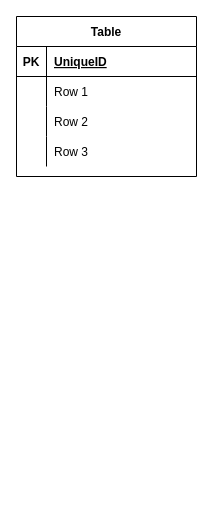
The draw.io diagram page "contacts" (6 of 10) of Untitled Diagram.drawio in stamppls/crm-design, before the edit. Source tidied: cells renumbered, new cells numbered last; positions are measured from the earlier drawing's top-left corner, leaving out a move shared by most shapes. Both pictures are drawn from the tidied source at 100%, with x=0, y=0 at pixel (16, 16).
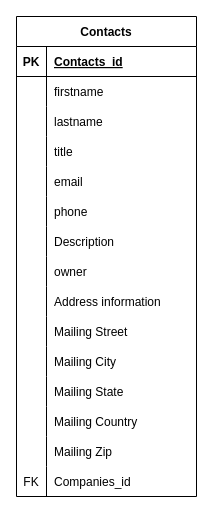
The same page after the edit.

Unchanged cells that the change refers to:
```xml
<mxCell id="3" style="shape=partialRectangle;fillColor=none;top=0;left=0;bottom=1;right=0;" parent="2" vertex="1">
  <mxGeometry y="30" width="180" height="30" as="geometry" />
</mxCell>
<mxCell id="6" style="shape=partialRectangle;fillColor=none;top=0;left=0;bottom=0;right=0;" parent="2" vertex="1">
  <mxGeometry y="60" width="180" height="30" as="geometry" />
</mxCell>
<mxCell id="9" style="shape=partialRectangle;fillColor=none;top=0;left=0;bottom=0;right=0;" parent="2" vertex="1">
  <mxGeometry y="90" width="180" height="30" as="geometry" />
</mxCell>
<mxCell id="12" style="shape=partialRectangle;fillColor=none;top=0;left=0;bottom=0;right=0;" parent="2" vertex="1">
  <mxGeometry y="120" width="180" height="30" as="geometry" />
</mxCell>
```

Change to the diagram source:
```diff
@@
-    <mxCell id="2" value="Table" style="shape=table;startSize=30;childLayout=tableLayout;rowLines=0;fontStyle=1;align=center;" parent="1" vertex="1">
-      <mxGeometry width="180" height="160" as="geometry" />
+    <mxCell id="2" value="Contacts" style="shape=table;startSize=30;childLayout=tableLayout;rowLines=0;fontStyle=1;align=center;" parent="1" vertex="1">
+      <mxGeometry width="180" height="480" as="geometry" />
     </mxCell>
@@
-    <mxCell id="5" value="UniqueID" style="shape=partialRectangle;fillColor=none;top=0;left=0;bottom=0;right=0;align=left;spacingLeft=6;fontStyle=5;overflow=hidden;" parent="3" vertex="1">
+    <mxCell id="5" value="Contacts_id" style="shape=partialRectangle;fillColor=none;top=0;left=0;bottom=0;right=0;align=left;spacingLeft=6;fontStyle=5;overflow=hidden;" parent="3" vertex="1">
       <mxGeometry x="30" width="150" height="30" as="geometry" />
     </mxCell>
@@
-    <mxCell id="8" value="Row 1" style="shape=partialRectangle;fillColor=none;top=0;left=0;bottom=0;right=0;align=left;spacingLeft=6;overflow=hidden;" parent="6" vertex="1">
+    <mxCell id="8" value="firstname" style="shape=partialRectangle;fillColor=none;top=0;left=0;bottom=0;right=0;align=left;spacingLeft=6;overflow=hidden;" parent="6" vertex="1">
       <mxGeometry x="30" width="150" height="30" as="geometry" />
     </mxCell>
@@
-    <mxCell id="11" value="Row 2" style="shape=partialRectangle;fillColor=none;top=0;left=0;bottom=0;right=0;align=left;spacingLeft=6;overflow=hidden;" parent="9" vertex="1">
+    <mxCell id="11" value="lastname" style="shape=partialRectangle;fillColor=none;top=0;left=0;bottom=0;right=0;align=left;spacingLeft=6;overflow=hidden;" parent="9" vertex="1">
       <mxGeometry x="30" width="150" height="30" as="geometry" />
     </mxCell>
@@
-    <mxCell id="14" value="Row 3" style="shape=partialRectangle;fillColor=none;top=0;left=0;bottom=0;right=0;align=left;spacingLeft=6;overflow=hidden;" parent="12" vertex="1">
+    <mxCell id="14" value="title" style="shape=partialRectangle;fillColor=none;top=0;left=0;bottom=0;right=0;align=left;spacingLeft=6;overflow=hidden;" parent="12" vertex="1">
       <mxGeometry x="30" width="150" height="30" as="geometry" />
     </mxCell>
+    <mxCell id="15" style="shape=partialRectangle;fillColor=none;top=0;left=0;bottom=0;right=0;" parent="2" vertex="1">
+      <mxGeometry y="150" width="180" height="30" as="geometry" />
+    </mxCell>
+    <mxCell id="16" style="shape=partialRectangle;fillColor=none;top=0;left=0;bottom=0;right=0;overflow=hidden;" parent="15" vertex="1">
+      <mxGeometry width="30" height="30" as="geometry" />
+    </mxCell>
+    <mxCell id="17" value="email" style="shape=partialRectangle;fillColor=none;top=0;left=0;bottom=0;right=0;align=left;spacingLeft=6;overflow=hidden;" parent="15" vertex="1">
+      <mxGeometry x="30" width="150" height="30" as="geometry" />
+    </mxCell>
+    <mxCell id="18" style="shape=partialRectangle;fillColor=none;top=0;left=0;bottom=0;right=0;" parent="2" vertex="1">
+      <mxGeometry y="180" width="180" height="30" as="geometry" />
+    </mxCell>
+    <mxCell id="19" style="shape=partialRectangle;fillColor=none;top=0;left=0;bottom=0;right=0;overflow=hidden;" parent="18" vertex="1">
+      <mxGeometry width="30" height="30" as="geometry" />
+    </mxCell>
+    <mxCell id="20" value="phone" style="shape=partialRectangle;fillColor=none;top=0;left=0;bottom=0;right=0;align=left;spacingLeft=6;overflow=hidden;" parent="18" vertex="1">
+      <mxGeometry x="30" width="150" height="30" as="geometry" />
+    </mxCell>
+    <mxCell id="21" style="shape=partialRectangle;fillColor=none;top=0;left=0;bottom=0;right=0;" parent="2" vertex="1">
+      <mxGeometry y="210" width="180" height="30" as="geometry" />
+    </mxCell>
+    <mxCell id="22" style="shape=partialRectangle;fillColor=none;top=0;left=0;bottom=0;right=0;overflow=hidden;" parent="21" vertex="1">
+      <mxGeometry width="30" height="30" as="geometry" />
+    </mxCell>
+    <mxCell id="23" value="Description" style="shape=partialRectangle;fillColor=none;top=0;left=0;bottom=0;right=0;align=left;spacingLeft=6;overflow=hidden;" parent="21" vertex="1">
+      <mxGeometry x="30" width="150" height="30" as="geometry" />
+    </mxCell>
+    <mxCell id="24" style="shape=partialRectangle;fillColor=none;top=0;left=0;bottom=0;right=0;" parent="2" vertex="1">
+      <mxGeometry y="240" width="180" height="30" as="geometry" />
+    </mxCell>
+    <mxCell id="25" style="shape=partialRectangle;fillColor=none;top=0;left=0;bottom=0;right=0;overflow=hidden;" parent="24" vertex="1">
+      <mxGeometry width="30" height="30" as="geometry" />
+    </mxCell>
+    <mxCell id="26" value="owner" style="shape=partialRectangle;fillColor=none;top=0;left=0;bottom=0;right=0;align=left;spacingLeft=6;overflow=hidden;" parent="24" vertex="1">
+      <mxGeometry x="30" width="150" height="30" as="geometry" />
+    </mxCell>
+    <mxCell id="27" style="shape=partialRectangle;fillColor=none;top=0;left=0;bottom=0;right=0;" parent="2" vertex="1">
+      <mxGeometry y="270" width="180" height="30" as="geometry" />
+    </mxCell>
+    <mxCell id="28" style="shape=partialRectangle;fillColor=none;top=0;left=0;bottom=0;right=0;overflow=hidden;" parent="27" vertex="1">
+      <mxGeometry width="30" height="30" as="geometry" />
+    </mxCell>
+    <mxCell id="29" value="Address information" style="shape=partialRectangle;fillColor=none;top=0;left=0;bottom=0;right=0;align=left;spacingLeft=6;overflow=hidden;" parent="27" vertex="1">
+      <mxGeometry x="30" width="150" height="30" as="geometry" />
+    </mxCell>
+    <mxCell id="30" style="shape=partialRectangle;fillColor=none;top=0;left=0;bottom=0;right=0;" parent="2" vertex="1">
+      <mxGeometry y="300" width="180" height="30" as="geometry" />
+    </mxCell>
+    <mxCell id="31" style="shape=partialRectangle;fillColor=none;top=0;left=0;bottom=0;right=0;overflow=hidden;" parent="30" vertex="1">
+      <mxGeometry width="30" height="30" as="geometry" />
+    </mxCell>
+    <mxCell id="32" value="Mailing Street" style="shape=partialRectangle;fillColor=none;top=0;left=0;bottom=0;right=0;align=left;spacingLeft=6;overflow=hidden;" parent="30" vertex="1">
+      <mxGeometry x="30" width="150" height="30" as="geometry" />
+    </mxCell>
+    <mxCell id="33" style="shape=partialRectangle;fillColor=none;top=0;left=0;bottom=0;right=0;" parent="2" vertex="1">
+      <mxGeometry y="330" width="180" height="30" as="geometry" />
+    </mxCell>
+    <mxCell id="34" style="shape=partialRectangle;fillColor=none;top=0;left=0;bottom=0;right=0;overflow=hidden;" parent="33" vertex="1">
+      <mxGeometry width="30" height="30" as="geometry" />
+    </mxCell>
+    <mxCell id="35" value="Mailing City" style="shape=partialRectangle;fillColor=none;top=0;left=0;bottom=0;right=0;align=left;spacingLeft=6;overflow=hidden;" parent="33" vertex="1">
+      <mxGeometry x="30" width="150" height="30" as="geometry" />
+    </mxCell>
+    <mxCell id="36" style="shape=partialRectangle;fillColor=none;top=0;left=0;bottom=0;right=0;" parent="2" vertex="1">
+      <mxGeometry y="360" width="180" height="30" as="geometry" />
+    </mxCell>
+    <mxCell id="37" style="shape=partialRectangle;fillColor=none;top=0;left=0;bottom=0;right=0;overflow=hidden;" parent="36" vertex="1">
+      <mxGeometry width="30" height="30" as="geometry" />
+    </mxCell>
+    <mxCell id="38" value="Mailing State" style="shape=partialRectangle;fillColor=none;top=0;left=0;bottom=0;right=0;align=left;spacingLeft=6;overflow=hidden;" parent="36" vertex="1">
+      <mxGeometry x="30" width="150" height="30" as="geometry" />
+    </mxCell>
+    <mxCell id="39" style="shape=partialRectangle;fillColor=none;top=0;left=0;bottom=0;right=0;" parent="2" vertex="1">
+      <mxGeometry y="390" width="180" height="30" as="geometry" />
+    </mxCell>
+    <mxCell id="40" style="shape=partialRectangle;fillColor=none;top=0;left=0;bottom=0;right=0;overflow=hidden;" parent="39" vertex="1">
+      <mxGeometry width="30" height="30" as="geometry" />
+    </mxCell>
+    <mxCell id="41" value="Mailing Country" style="shape=partialRectangle;fillColor=none;top=0;left=0;bottom=0;right=0;align=left;spacingLeft=6;overflow=hidden;" parent="39" vertex="1">
+      <mxGeometry x="30" width="150" height="30" as="geometry" />
+    </mxCell>
+    <mxCell id="42" style="shape=partialRectangle;fillColor=none;top=0;left=0;bottom=0;right=0;" parent="2" vertex="1">
+      <mxGeometry y="420" width="180" height="30" as="geometry" />
+    </mxCell>
+    <mxCell id="43" style="shape=partialRectangle;fillColor=none;top=0;left=0;bottom=0;right=0;overflow=hidden;" parent="42" vertex="1">
+      <mxGeometry width="30" height="30" as="geometry" />
+    </mxCell>
+    <mxCell id="44" value="Mailing Zip" style="shape=partialRectangle;fillColor=none;top=0;left=0;bottom=0;right=0;align=left;spacingLeft=6;overflow=hidden;" parent="42" vertex="1">
+      <mxGeometry x="30" width="150" height="30" as="geometry" />
+    </mxCell>
+    <mxCell id="45" style="shape=partialRectangle;fillColor=none;top=0;left=0;bottom=0;right=0;" parent="2" vertex="1">
+      <mxGeometry y="450" width="180" height="30" as="geometry" />
+    </mxCell>
+    <mxCell id="46" value="FK" style="shape=partialRectangle;fillColor=none;top=0;left=0;bottom=0;right=0;overflow=hidden;" parent="45" vertex="1">
+      <mxGeometry width="30" height="30" as="geometry" />
+    </mxCell>
+    <mxCell id="47" value="Companies_id" style="shape=partialRectangle;fillColor=none;top=0;left=0;bottom=0;right=0;align=left;spacingLeft=6;overflow=hidden;" parent="45" vertex="1">
+      <mxGeometry x="30" width="150" height="30" as="geometry" />
+    </mxCell>
```
